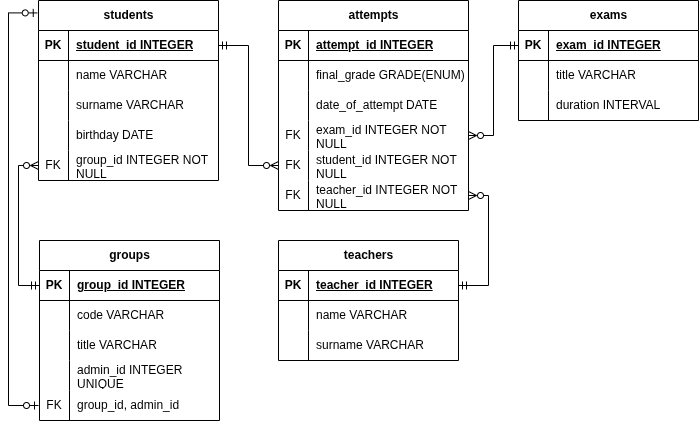
This is reports/images/logical.png from vodobryshkin/db-guides, a draw.io export, as it was before one commit. Source tidied: cells renumbered, new cells last; positions are measured from the earlier drawing's top-left corner, leaving out a move shared by most shapes. Its diagram source:
```xml
<mxGraphModel>
  <root>
    <mxCell id="0" />
    <mxCell id="1" parent="0" />
    <mxCell id="2" value="students" style="shape=table;startSize=30;rowLines=0;fontStyle=1;align=center;html=1;" parent="1" vertex="1">
      <mxGeometry x="30" width="180" height="180" as="geometry" />
    </mxCell>
    <mxCell id="3" style="shape=tableRow;horizontal=0;startSize=0;swimlaneHead=0;swimlaneBody=0;fillColor=none;points=[[0,0.5],[1,0.5]];portConstraint=eastwest;top=0;left=0;right=0;bottom=1;" parent="2" vertex="1">
      <mxGeometry y="30" width="180" height="30" as="geometry" />
    </mxCell>
    <mxCell id="4" value="PK" style="shape=partialRectangle;fillColor=none;top=0;left=0;bottom=0;right=0;fontStyle=1;overflow=hidden;whiteSpace=wrap;html=1;" parent="3" vertex="1">
      <mxGeometry width="30" height="30" as="geometry" />
    </mxCell>
    <mxCell id="5" value="student_id INTEGER" style="shape=partialRectangle;fillColor=none;top=0;left=0;bottom=0;right=0;align=left;spacingLeft=6;fontStyle=5;overflow=hidden;whiteSpace=wrap;html=1;" parent="3" vertex="1">
      <mxGeometry x="30" width="150" height="30" as="geometry" />
    </mxCell>
    <mxCell id="6" style="shape=tableRow;horizontal=0;startSize=0;swimlaneHead=0;swimlaneBody=0;fillColor=none;top=0;left=0;right=0;bottom=0;" parent="2" vertex="1">
      <mxGeometry y="60" width="180" height="30" as="geometry" />
    </mxCell>
    <mxCell id="7" style="shape=partialRectangle;fillColor=none;top=0;left=0;bottom=0;right=0;overflow=hidden;whiteSpace=wrap;html=1;" parent="6" vertex="1">
      <mxGeometry width="30" height="30" as="geometry" />
    </mxCell>
    <mxCell id="8" value="name VARCHAR" style="shape=partialRectangle;fillColor=none;top=0;left=0;bottom=0;right=0;align=left;spacingLeft=6;overflow=hidden;whiteSpace=wrap;html=1;" parent="6" vertex="1">
      <mxGeometry x="30" width="150" height="30" as="geometry" />
    </mxCell>
    <mxCell id="9" style="shape=tableRow;horizontal=0;startSize=0;swimlaneHead=0;swimlaneBody=0;fillColor=none;top=0;left=0;right=0;bottom=0;" parent="2" vertex="1">
      <mxGeometry y="90" width="180" height="30" as="geometry" />
    </mxCell>
    <mxCell id="10" style="shape=partialRectangle;fillColor=none;top=0;left=0;bottom=0;right=0;overflow=hidden;whiteSpace=wrap;html=1;" parent="9" vertex="1">
      <mxGeometry width="30" height="30" as="geometry" />
    </mxCell>
    <mxCell id="11" value="surname VARCHAR" style="shape=partialRectangle;fillColor=none;top=0;left=0;bottom=0;right=0;align=left;spacingLeft=6;overflow=hidden;whiteSpace=wrap;html=1;" parent="9" vertex="1">
      <mxGeometry x="30" width="150" height="30" as="geometry" />
    </mxCell>
    <mxCell id="12" style="shape=tableRow;horizontal=0;startSize=0;swimlaneHead=0;swimlaneBody=0;fillColor=none;top=0;left=0;right=0;bottom=0;" parent="2" vertex="1">
      <mxGeometry y="120" width="180" height="30" as="geometry" />
    </mxCell>
    <mxCell id="13" style="shape=partialRectangle;fillColor=none;top=0;left=0;bottom=0;right=0;overflow=hidden;whiteSpace=wrap;html=1;" parent="12" vertex="1">
      <mxGeometry width="30" height="30" as="geometry" />
    </mxCell>
    <mxCell id="14" value="birthday DATE" style="shape=partialRectangle;fillColor=none;top=0;left=0;bottom=0;right=0;align=left;spacingLeft=6;overflow=hidden;whiteSpace=wrap;html=1;" parent="12" vertex="1">
      <mxGeometry x="30" width="150" height="30" as="geometry" />
    </mxCell>
    <mxCell id="15" style="shape=tableRow;horizontal=0;startSize=0;swimlaneHead=0;swimlaneBody=0;fillColor=none;points=[[0,0.5],[1,0.5]];portConstraint=eastwest;top=0;left=0;right=0;bottom=0;" parent="2" vertex="1">
      <mxGeometry y="150" width="180" height="30" as="geometry" />
    </mxCell>
    <mxCell id="16" value="FK" style="shape=partialRectangle;fillColor=none;top=0;left=0;bottom=0;right=0;overflow=hidden;whiteSpace=wrap;html=1;" parent="15" vertex="1">
      <mxGeometry width="30" height="30" as="geometry" />
    </mxCell>
    <mxCell id="17" value="group_id INTEGER NOT NULL" style="shape=partialRectangle;fillColor=none;top=0;left=0;bottom=0;right=0;align=left;spacingLeft=6;overflow=hidden;whiteSpace=wrap;html=1;" parent="15" vertex="1">
      <mxGeometry x="30" width="150" height="30" as="geometry" />
    </mxCell>
    <mxCell id="18" value="teachers" style="shape=table;startSize=30;rowLines=0;fontStyle=1;align=center;html=1;" parent="1" vertex="1">
      <mxGeometry x="270" y="240" width="180" height="120" as="geometry" />
    </mxCell>
    <mxCell id="19" style="shape=tableRow;horizontal=0;startSize=0;swimlaneHead=0;swimlaneBody=0;fillColor=none;points=[[0,0.5],[1,0.5]];portConstraint=eastwest;top=0;left=0;right=0;bottom=1;" parent="18" vertex="1">
      <mxGeometry y="30" width="180" height="30" as="geometry" />
    </mxCell>
    <mxCell id="20" value="PK" style="shape=partialRectangle;fillColor=none;top=0;left=0;bottom=0;right=0;fontStyle=1;overflow=hidden;whiteSpace=wrap;html=1;" parent="19" vertex="1">
      <mxGeometry width="30" height="30" as="geometry" />
    </mxCell>
    <mxCell id="21" value="teacher_id INTEGER" style="shape=partialRectangle;fillColor=none;top=0;left=0;bottom=0;right=0;align=left;spacingLeft=6;fontStyle=5;overflow=hidden;whiteSpace=wrap;html=1;" parent="19" vertex="1">
      <mxGeometry x="30" width="150" height="30" as="geometry" />
    </mxCell>
    <mxCell id="22" style="shape=tableRow;horizontal=0;startSize=0;swimlaneHead=0;swimlaneBody=0;fillColor=none;top=0;left=0;right=0;bottom=0;" parent="18" vertex="1">
      <mxGeometry y="60" width="180" height="30" as="geometry" />
    </mxCell>
    <mxCell id="23" style="shape=partialRectangle;fillColor=none;top=0;left=0;bottom=0;right=0;overflow=hidden;whiteSpace=wrap;html=1;" parent="22" vertex="1">
      <mxGeometry width="30" height="30" as="geometry" />
    </mxCell>
    <mxCell id="24" value="name VARCHAR" style="shape=partialRectangle;fillColor=none;top=0;left=0;bottom=0;right=0;align=left;spacingLeft=6;overflow=hidden;whiteSpace=wrap;html=1;" parent="22" vertex="1">
      <mxGeometry x="30" width="150" height="30" as="geometry" />
    </mxCell>
    <mxCell id="25" style="shape=tableRow;horizontal=0;startSize=0;swimlaneHead=0;swimlaneBody=0;fillColor=none;top=0;left=0;right=0;bottom=0;" parent="18" vertex="1">
      <mxGeometry y="90" width="180" height="30" as="geometry" />
    </mxCell>
    <mxCell id="26" style="shape=partialRectangle;fillColor=none;top=0;left=0;bottom=0;right=0;overflow=hidden;whiteSpace=wrap;html=1;" parent="25" vertex="1">
      <mxGeometry width="30" height="30" as="geometry" />
    </mxCell>
    <mxCell id="27" value="surname VARCHAR" style="shape=partialRectangle;fillColor=none;top=0;left=0;bottom=0;right=0;align=left;spacingLeft=6;overflow=hidden;whiteSpace=wrap;html=1;" parent="25" vertex="1">
      <mxGeometry x="30" width="150" height="30" as="geometry" />
    </mxCell>
    <mxCell id="28" style="edgeStyle=orthogonalEdgeStyle;rounded=0;jettySize=auto;html=1;entryX=0;entryY=0.5;entryDx=0;entryDy=0;startArrow=ERmandOne;startFill=0;endArrow=ERzeroToMany;endFill=0;exitX=0;exitY=0.5;exitDx=0;exitDy=0;" parent="1" edge="1" source="30" target="15">
      <mxGeometry relative="1" as="geometry">
        <Array as="points">
          <mxPoint x="10" y="285" />
          <mxPoint x="10" y="165" />
        </Array>
      </mxGeometry>
    </mxCell>
    <mxCell id="29" value="groups" style="shape=table;startSize=30;rowLines=0;fontStyle=1;align=center;html=1;" parent="1" vertex="1">
      <mxGeometry x="31" y="240" width="180" height="180" as="geometry" />
    </mxCell>
    <mxCell id="30" style="shape=tableRow;horizontal=0;startSize=0;swimlaneHead=0;swimlaneBody=0;fillColor=none;points=[[0,0.5],[1,0.5]];portConstraint=eastwest;top=0;left=0;right=0;bottom=1;" parent="29" vertex="1">
      <mxGeometry y="30" width="180" height="30" as="geometry" />
    </mxCell>
    <mxCell id="31" value="PK" style="shape=partialRectangle;fillColor=none;top=0;left=0;bottom=0;right=0;fontStyle=1;overflow=hidden;whiteSpace=wrap;html=1;" parent="30" vertex="1">
      <mxGeometry width="30" height="30" as="geometry" />
    </mxCell>
    <mxCell id="32" value="group_id INTEGER" style="shape=partialRectangle;fillColor=none;top=0;left=0;bottom=0;right=0;align=left;spacingLeft=6;fontStyle=5;overflow=hidden;whiteSpace=wrap;html=1;" parent="30" vertex="1">
      <mxGeometry x="30" width="150" height="30" as="geometry" />
    </mxCell>
    <mxCell id="33" style="shape=tableRow;horizontal=0;startSize=0;swimlaneHead=0;swimlaneBody=0;fillColor=none;top=0;left=0;right=0;bottom=0;" parent="29" vertex="1">
      <mxGeometry y="60" width="180" height="30" as="geometry" />
    </mxCell>
    <mxCell id="34" style="shape=partialRectangle;fillColor=none;top=0;left=0;bottom=0;right=0;overflow=hidden;whiteSpace=wrap;html=1;" parent="33" vertex="1">
      <mxGeometry width="30" height="30" as="geometry" />
    </mxCell>
    <mxCell id="35" value="code VARCHAR" style="shape=partialRectangle;fillColor=none;top=0;left=0;bottom=0;right=0;align=left;spacingLeft=6;overflow=hidden;whiteSpace=wrap;html=1;" parent="33" vertex="1">
      <mxGeometry x="30" width="150" height="30" as="geometry" />
    </mxCell>
    <mxCell id="36" style="shape=tableRow;horizontal=0;startSize=0;swimlaneHead=0;swimlaneBody=0;fillColor=none;top=0;left=0;right=0;bottom=0;" parent="29" vertex="1">
      <mxGeometry y="90" width="180" height="30" as="geometry" />
    </mxCell>
    <mxCell id="37" style="shape=partialRectangle;fillColor=none;top=0;left=0;bottom=0;right=0;overflow=hidden;whiteSpace=wrap;html=1;" parent="36" vertex="1">
      <mxGeometry width="30" height="30" as="geometry" />
    </mxCell>
    <mxCell id="38" value="title VARCHAR" style="shape=partialRectangle;fillColor=none;top=0;left=0;bottom=0;right=0;align=left;spacingLeft=6;overflow=hidden;whiteSpace=wrap;html=1;" parent="36" vertex="1">
      <mxGeometry x="30" width="150" height="30" as="geometry" />
    </mxCell>
    <mxCell id="39" style="shape=tableRow;horizontal=0;startSize=0;swimlaneHead=0;swimlaneBody=0;fillColor=none;top=0;left=0;right=0;bottom=0;" parent="29" vertex="1">
      <mxGeometry y="120" width="180" height="30" as="geometry" />
    </mxCell>
    <mxCell id="40" style="shape=partialRectangle;fillColor=none;top=0;left=0;bottom=0;right=0;overflow=hidden;whiteSpace=wrap;html=1;" parent="39" vertex="1">
      <mxGeometry width="30" height="30" as="geometry" />
    </mxCell>
    <mxCell id="41" value="admin_id INTEGER UNIQUE" style="shape=partialRectangle;fillColor=none;top=0;left=0;bottom=0;right=0;align=left;spacingLeft=6;overflow=hidden;whiteSpace=wrap;html=1;" parent="39" vertex="1">
      <mxGeometry x="30" width="150" height="30" as="geometry" />
    </mxCell>
    <mxCell id="42" style="shape=tableRow;horizontal=0;startSize=0;swimlaneHead=0;swimlaneBody=0;fillColor=none;top=0;left=0;right=0;bottom=0;" parent="29" vertex="1">
      <mxGeometry y="150" width="180" height="30" as="geometry" />
    </mxCell>
    <mxCell id="43" value="FK" style="shape=partialRectangle;fillColor=none;top=0;left=0;bottom=0;right=0;overflow=hidden;whiteSpace=wrap;html=1;" parent="42" vertex="1">
      <mxGeometry width="30" height="30" as="geometry" />
    </mxCell>
    <mxCell id="44" value="group_id, admin_id" style="shape=partialRectangle;fillColor=none;top=0;left=0;bottom=0;right=0;align=left;spacingLeft=6;overflow=hidden;whiteSpace=wrap;html=1;" parent="42" vertex="1">
      <mxGeometry x="30" width="150" height="30" as="geometry" />
    </mxCell>
    <mxCell id="45" value="exams" style="shape=table;startSize=30;rowLines=0;fontStyle=1;align=center;html=1;" parent="1" vertex="1">
      <mxGeometry x="510" width="180" height="120" as="geometry" />
    </mxCell>
    <mxCell id="46" style="shape=tableRow;horizontal=0;startSize=0;swimlaneHead=0;swimlaneBody=0;fillColor=none;points=[[0,0.5],[1,0.5]];portConstraint=eastwest;top=0;left=0;right=0;bottom=1;" parent="45" vertex="1">
      <mxGeometry y="30" width="180" height="30" as="geometry" />
    </mxCell>
    <mxCell id="47" value="PK" style="shape=partialRectangle;fillColor=none;top=0;left=0;bottom=0;right=0;fontStyle=1;overflow=hidden;whiteSpace=wrap;html=1;" parent="46" vertex="1">
      <mxGeometry width="30" height="30" as="geometry" />
    </mxCell>
    <mxCell id="48" value="exam_id INTEGER" style="shape=partialRectangle;fillColor=none;top=0;left=0;bottom=0;right=0;align=left;spacingLeft=6;fontStyle=5;overflow=hidden;whiteSpace=wrap;html=1;" parent="46" vertex="1">
      <mxGeometry x="30" width="150" height="30" as="geometry" />
    </mxCell>
    <mxCell id="49" style="shape=tableRow;horizontal=0;startSize=0;swimlaneHead=0;swimlaneBody=0;fillColor=none;top=0;left=0;right=0;bottom=0;" parent="45" vertex="1">
      <mxGeometry y="60" width="180" height="30" as="geometry" />
    </mxCell>
    <mxCell id="50" style="shape=partialRectangle;fillColor=none;top=0;left=0;bottom=0;right=0;overflow=hidden;whiteSpace=wrap;html=1;" parent="49" vertex="1">
      <mxGeometry width="30" height="30" as="geometry" />
    </mxCell>
    <mxCell id="51" value="title VARCHAR" style="shape=partialRectangle;fillColor=none;top=0;left=0;bottom=0;right=0;align=left;spacingLeft=6;overflow=hidden;whiteSpace=wrap;html=1;" parent="49" vertex="1">
      <mxGeometry x="30" width="150" height="30" as="geometry" />
    </mxCell>
    <mxCell id="52" style="shape=tableRow;horizontal=0;startSize=0;swimlaneHead=0;swimlaneBody=0;fillColor=none;top=0;left=0;right=0;bottom=0;" parent="45" vertex="1">
      <mxGeometry y="90" width="180" height="30" as="geometry" />
    </mxCell>
    <mxCell id="53" style="shape=partialRectangle;fillColor=none;top=0;left=0;bottom=0;right=0;overflow=hidden;whiteSpace=wrap;html=1;" parent="52" vertex="1">
      <mxGeometry width="30" height="30" as="geometry" />
    </mxCell>
    <mxCell id="54" value="duration INTERVAL" style="shape=partialRectangle;fillColor=none;top=0;left=0;bottom=0;right=0;align=left;spacingLeft=6;overflow=hidden;whiteSpace=wrap;html=1;" parent="52" vertex="1">
      <mxGeometry x="30" width="150" height="30" as="geometry" />
    </mxCell>
    <mxCell id="55" style="edgeStyle=orthogonalEdgeStyle;rounded=0;jettySize=auto;html=1;entryX=-0.007;entryY=0.069;entryDx=0;entryDy=0;startArrow=ERzeroToOne;startFill=0;endArrow=ERzeroToOne;endFill=0;entryPerimeter=0;" parent="1" edge="1" target="2">
      <mxGeometry relative="1" as="geometry">
        <mxPoint x="30" y="405" as="sourcePoint" />
        <Array as="points">
          <mxPoint y="405" />
          <mxPoint y="12" />
        </Array>
      </mxGeometry>
    </mxCell>
    <mxCell id="56" value="attempts" style="shape=table;startSize=30;rowLines=0;fontStyle=1;align=center;html=1;" parent="1" vertex="1">
      <mxGeometry x="270" width="190" height="210" as="geometry" />
    </mxCell>
    <mxCell id="57" style="shape=tableRow;horizontal=0;startSize=0;swimlaneHead=0;swimlaneBody=0;fillColor=none;top=0;left=0;right=0;bottom=1;" parent="56" vertex="1">
      <mxGeometry y="30" width="190" height="30" as="geometry" />
    </mxCell>
    <mxCell id="58" value="PK" style="shape=partialRectangle;fillColor=none;top=0;left=0;bottom=0;right=0;fontStyle=1;overflow=hidden;whiteSpace=wrap;html=1;" parent="57" vertex="1">
      <mxGeometry width="30" height="30" as="geometry" />
    </mxCell>
    <mxCell id="59" value="attempt_id INTEGER" style="shape=partialRectangle;fillColor=none;top=0;left=0;bottom=0;right=0;align=left;spacingLeft=6;fontStyle=5;overflow=hidden;whiteSpace=wrap;html=1;" parent="57" vertex="1">
      <mxGeometry x="30" width="160" height="30" as="geometry" />
    </mxCell>
    <mxCell id="60" style="shape=tableRow;horizontal=0;startSize=0;swimlaneHead=0;swimlaneBody=0;fillColor=none;top=0;left=0;right=0;bottom=0;" parent="56" vertex="1">
      <mxGeometry y="60" width="190" height="30" as="geometry" />
    </mxCell>
    <mxCell id="61" style="shape=partialRectangle;fillColor=none;top=0;left=0;bottom=0;right=0;overflow=hidden;whiteSpace=wrap;html=1;" parent="60" vertex="1">
      <mxGeometry width="30" height="30" as="geometry" />
    </mxCell>
    <mxCell id="62" value="final_grade GRADE(ENUM)" style="shape=partialRectangle;fillColor=none;top=0;left=0;bottom=0;right=0;align=left;spacingLeft=6;overflow=hidden;whiteSpace=wrap;html=1;" parent="60" vertex="1">
      <mxGeometry x="30" width="160" height="30" as="geometry" />
    </mxCell>
    <mxCell id="63" style="shape=tableRow;horizontal=0;startSize=0;swimlaneHead=0;swimlaneBody=0;fillColor=none;top=0;left=0;right=0;bottom=0;" parent="56" vertex="1">
      <mxGeometry y="90" width="190" height="30" as="geometry" />
    </mxCell>
    <mxCell id="64" style="shape=partialRectangle;fillColor=none;top=0;left=0;bottom=0;right=0;overflow=hidden;whiteSpace=wrap;html=1;" parent="63" vertex="1">
      <mxGeometry width="30" height="30" as="geometry" />
    </mxCell>
    <mxCell id="65" value="date_of_attempt DATE" style="shape=partialRectangle;fillColor=none;top=0;left=0;bottom=0;right=0;align=left;spacingLeft=6;overflow=hidden;whiteSpace=wrap;html=1;" parent="63" vertex="1">
      <mxGeometry x="30" width="160" height="30" as="geometry" />
    </mxCell>
    <mxCell id="66" style="shape=tableRow;horizontal=0;startSize=0;swimlaneHead=0;swimlaneBody=0;fillColor=none;points=[[0,0.5],[1,0.5]];portConstraint=eastwest;top=0;left=0;right=0;bottom=0;" parent="56" vertex="1">
      <mxGeometry y="120" width="190" height="30" as="geometry" />
    </mxCell>
    <mxCell id="67" value="FK" style="shape=partialRectangle;fillColor=none;top=0;left=0;bottom=0;right=0;overflow=hidden;whiteSpace=wrap;html=1;" parent="66" vertex="1">
      <mxGeometry width="30" height="30" as="geometry" />
    </mxCell>
    <mxCell id="68" value="exam_id INTEGER NOT NULL" style="shape=partialRectangle;fillColor=none;top=0;left=0;bottom=0;right=0;align=left;spacingLeft=6;overflow=hidden;whiteSpace=wrap;html=1;" parent="66" vertex="1">
      <mxGeometry x="30" width="160" height="30" as="geometry" />
    </mxCell>
    <mxCell id="69" style="shape=tableRow;horizontal=0;startSize=0;swimlaneHead=0;swimlaneBody=0;fillColor=none;points=[[0,0.5],[1,0.5]];portConstraint=eastwest;top=0;left=0;right=0;bottom=0;" parent="56" vertex="1">
      <mxGeometry y="150" width="190" height="30" as="geometry" />
    </mxCell>
    <mxCell id="70" value="FK" style="shape=partialRectangle;fillColor=none;top=0;left=0;bottom=0;right=0;overflow=hidden;whiteSpace=wrap;html=1;" parent="69" vertex="1">
      <mxGeometry width="30" height="30" as="geometry" />
    </mxCell>
    <mxCell id="71" value="student_id INTEGER NOT NULL" style="shape=partialRectangle;fillColor=none;top=0;left=0;bottom=0;right=0;align=left;spacingLeft=6;overflow=hidden;whiteSpace=wrap;html=1;" parent="69" vertex="1">
      <mxGeometry x="30" width="160" height="30" as="geometry" />
    </mxCell>
    <mxCell id="72" style="shape=tableRow;horizontal=0;startSize=0;swimlaneHead=0;swimlaneBody=0;fillColor=none;points=[[0,0.5],[1,0.5]];portConstraint=eastwest;top=0;left=0;right=0;bottom=0;" parent="56" vertex="1">
      <mxGeometry y="180" width="190" height="30" as="geometry" />
    </mxCell>
    <mxCell id="73" value="FK" style="shape=partialRectangle;fillColor=none;top=0;left=0;bottom=0;right=0;overflow=hidden;whiteSpace=wrap;html=1;" parent="72" vertex="1">
      <mxGeometry width="30" height="30" as="geometry" />
    </mxCell>
    <mxCell id="74" value="teacher_id INTEGER NOT NULL" style="shape=partialRectangle;fillColor=none;top=0;left=0;bottom=0;right=0;align=left;spacingLeft=6;overflow=hidden;whiteSpace=wrap;html=1;" parent="72" vertex="1">
      <mxGeometry x="30" width="160" height="30" as="geometry" />
    </mxCell>
    <mxCell id="75" style="edgeStyle=orthogonalEdgeStyle;rounded=0;jettySize=auto;html=1;entryX=0;entryY=0.5;entryDx=0;entryDy=0;endArrow=ERzeroToMany;endFill=0;startArrow=ERmandOne;startFill=0;" parent="1" edge="1" source="3" target="69">
      <mxGeometry relative="1" as="geometry" />
    </mxCell>
    <mxCell id="76" style="edgeStyle=orthogonalEdgeStyle;rounded=0;jettySize=auto;html=1;exitX=0;exitY=0.5;exitDx=0;exitDy=0;entryX=1;entryY=0.5;entryDx=0;entryDy=0;endArrow=ERzeroToMany;endFill=0;startArrow=ERmandOne;startFill=0;" parent="1" edge="1" source="46" target="66">
      <mxGeometry relative="1" as="geometry" />
    </mxCell>
    <mxCell id="77" style="edgeStyle=orthogonalEdgeStyle;rounded=0;jettySize=auto;html=1;entryX=1;entryY=0.5;entryDx=0;entryDy=0;exitX=1;exitY=0.5;exitDx=0;exitDy=0;endArrow=ERzeroToMany;endFill=0;startArrow=ERmandOne;startFill=0;" parent="1" edge="1" source="19" target="72">
      <mxGeometry relative="1" as="geometry" />
    </mxCell>
  </root>
</mxGraphModel>
```
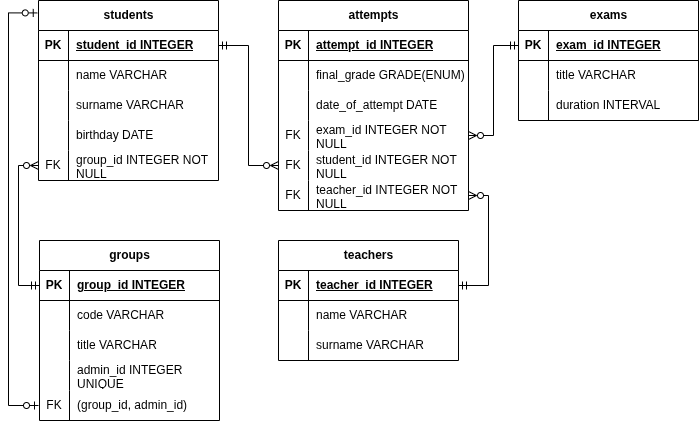
After the commit.

Change to the diagram source:
```diff
@@ -133,7 +133,7 @@
     <mxCell id="43" value="FK" style="shape=partialRectangle;fillColor=none;top=0;left=0;bottom=0;right=0;overflow=hidden;whiteSpace=wrap;html=1;" parent="42" vertex="1">
       <mxGeometry width="30" height="30" as="geometry" />
     </mxCell>
-    <mxCell id="44" value="group_id, admin_id" style="shape=partialRectangle;fillColor=none;top=0;left=0;bottom=0;right=0;align=left;spacingLeft=6;overflow=hidden;whiteSpace=wrap;html=1;" parent="42" vertex="1">
+    <mxCell id="44" value="(group_id, admin_id)" style="shape=partialRectangle;fillColor=none;top=0;left=0;bottom=0;right=0;align=left;spacingLeft=6;overflow=hidden;whiteSpace=wrap;html=1;" parent="42" vertex="1">
       <mxGeometry x="30" width="150" height="30" as="geometry" />
     </mxCell>
     <mxCell id="45" value="exams" style="shape=table;startSize=30;rowLines=0;fontStyle=1;align=center;html=1;" parent="1" vertex="1">
```
